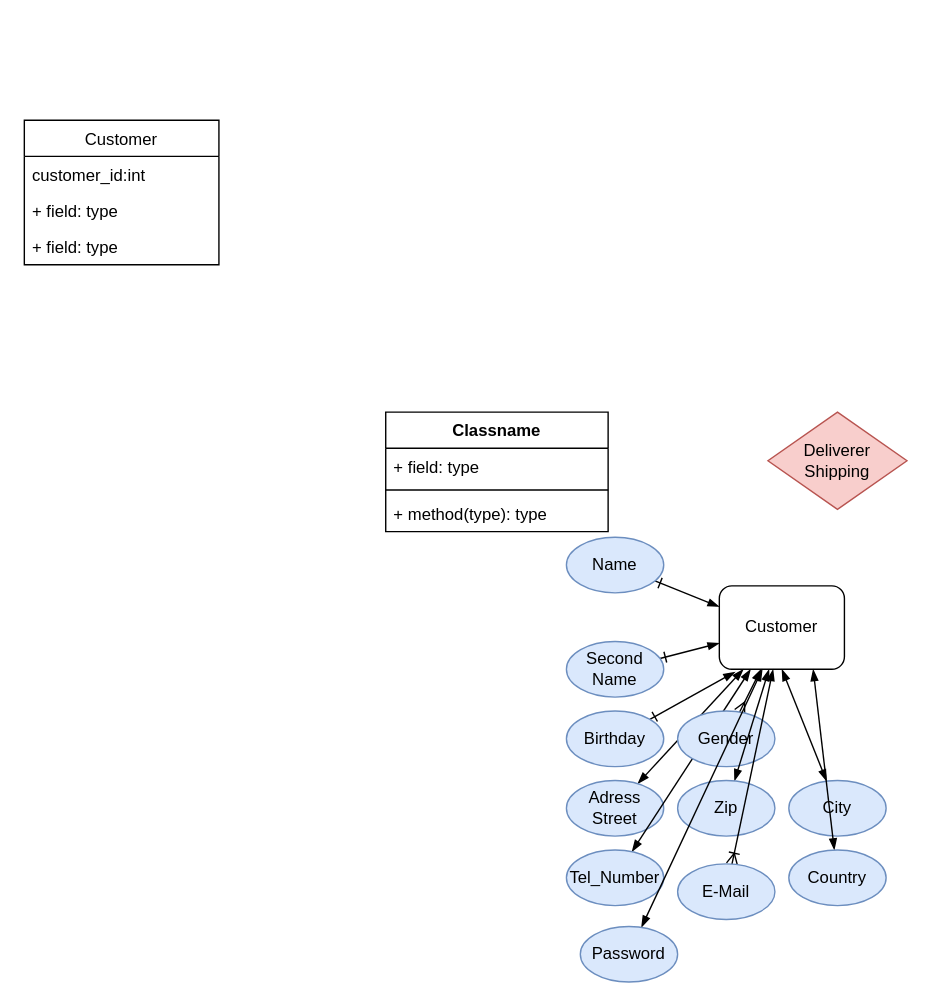
Earlier version of the draw.io diagram page "Famazon Visual 3 UML" (3 of 3) of Michael/FamazonMichael.drawio (MichaelGarrigosa/backenddayone). Source tidied: cells renumbered, new cells numbered last; positions are measured from the earlier drawing's top-left corner, leaving out a move shared by most shapes. Both pictures are drawn from the tidied source at 139%, with x=0, y=0 at pixel (24, 120).
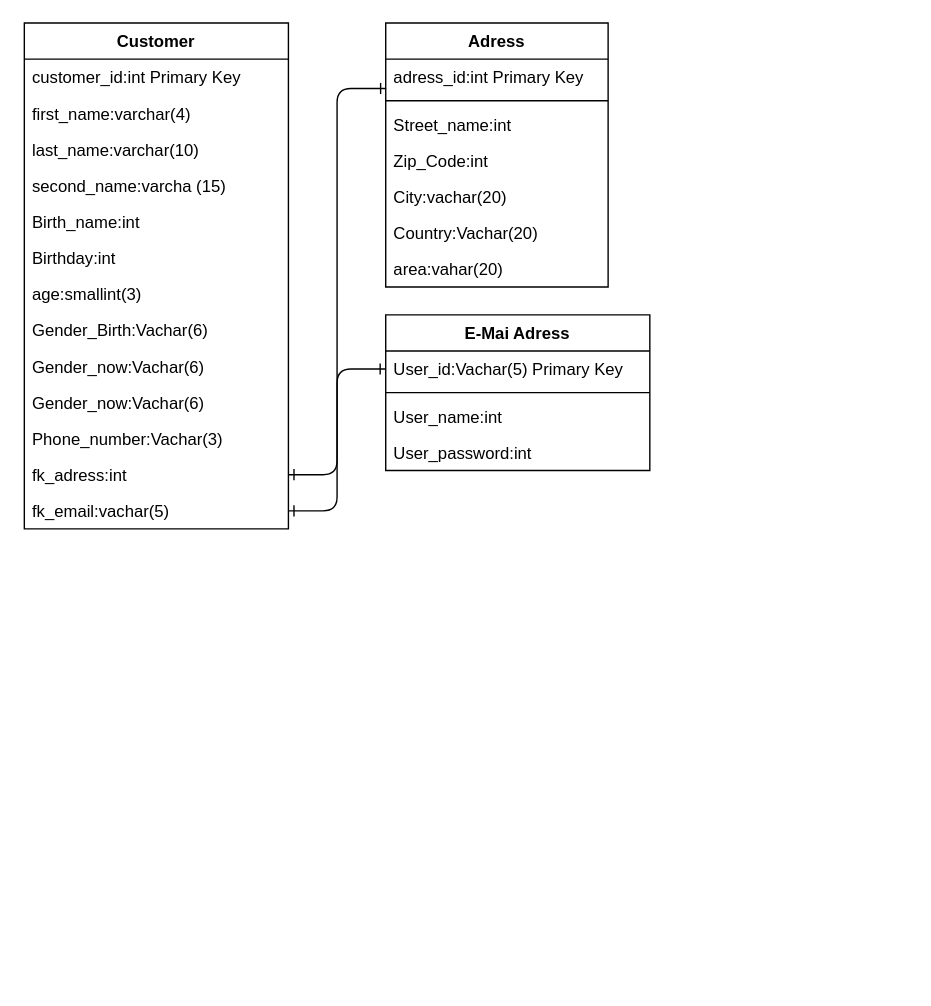
The same page after the edit.

The edit, as a diff of the source:
```diff
@@
-    <mxCell id="2" value="Classname" style="swimlane;fontStyle=1;align=center;verticalAlign=top;horizontal=1;startSize=26;" parent="1" vertex="1">
-      <mxGeometry x="260" y="210" width="160" height="86" as="geometry" />
+    <mxCell id="2" value="Adress" style="swimlane;fontStyle=1;align=center;verticalAlign=top;horizontal=1;startSize=26;" parent="1" vertex="1">
+      <mxGeometry x="260" y="-70" width="160" height="190" as="geometry" />
     </mxCell>
-    <mxCell id="3" value="+ field: type" style="text;strokeColor=none;fillColor=none;align=left;verticalAlign=top;spacingLeft=4;spacingRight=4;overflow=hidden;points=[[0,0.5],[1,0.5]];portConstraint=eastwest;" parent="2" vertex="1">
+    <mxCell id="3" value="adress_id:int Primary Key" style="text;strokeColor=none;fillColor=none;align=left;verticalAlign=top;spacingLeft=4;spacingRight=4;overflow=hidden;points=[[0,0.5],[1,0.5]];portConstraint=eastwest;" parent="2" vertex="1">
       <mxGeometry y="26" width="160" height="26" as="geometry" />
     </mxCell>
@@
-    <mxCell id="5" value="+ method(type): type" style="text;strokeColor=none;fillColor=none;align=left;verticalAlign=top;spacingLeft=4;spacingRight=4;overflow=hidden;" parent="2" vertex="1">
+    <mxCell id="5" value="Street_name:int" style="text;strokeColor=none;fillColor=none;align=left;verticalAlign=top;spacingLeft=4;spacingRight=4;overflow=hidden;" parent="2" vertex="1">
       <mxGeometry y="60" width="160" height="26" as="geometry" />
     </mxCell>
+    <mxCell id="34" value="Zip_Code:int" style="text;strokeColor=none;fillColor=none;align=left;verticalAlign=top;spacingLeft=4;spacingRight=4;overflow=hidden;" parent="2" vertex="1">
+      <mxGeometry y="86" width="160" height="26" as="geometry" />
+    </mxCell>
+    <mxCell id="35" value="City:vachar(20)" style="text;strokeColor=none;fillColor=none;align=left;verticalAlign=top;spacingLeft=4;spacingRight=4;overflow=hidden;" parent="2" vertex="1">
+      <mxGeometry y="112" width="160" height="26" as="geometry" />
+    </mxCell>
+    <mxCell id="36" value="Country:Vachar(20)" style="text;strokeColor=none;fillColor=none;align=left;verticalAlign=top;spacingLeft=4;spacingRight=4;overflow=hidden;" parent="2" vertex="1">
+      <mxGeometry y="138" width="160" height="26" as="geometry" />
+    </mxCell>
+    <mxCell id="37" value="area:vahar(20)" style="text;strokeColor=none;fillColor=none;align=left;verticalAlign=top;spacingLeft=4;spacingRight=4;overflow=hidden;" parent="2" vertex="1">
+      <mxGeometry y="164" width="160" height="26" as="geometry" />
+    </mxCell>
-    <mxCell id="6" value="Customer" style="swimlane;fontStyle=0;horizontal=1;startSize=26;fillColor=none;" parent="1" vertex="1">
-      <mxGeometry width="140" height="104" as="geometry" />
+    <mxCell id="6" value="Customer" style="swimlane;fontStyle=1;horizontal=1;startSize=26;fillColor=none;" parent="1" vertex="1">
+      <mxGeometry y="-70" width="190" height="364" as="geometry" />
     </mxCell>
-    <mxCell id="7" value="customer_id:int" style="text;strokeColor=none;fillColor=none;align=left;verticalAlign=top;spacingLeft=4;spacingRight=4;overflow=hidden;" parent="6" vertex="1">
-      <mxGeometry y="26" width="140" height="26" as="geometry" />
+    <mxCell id="7" value="customer_id:int Primary Key" style="text;strokeColor=none;fillColor=none;align=left;verticalAlign=top;spacingLeft=4;spacingRight=4;overflow=hidden;" parent="6" vertex="1">
+      <mxGeometry y="26" width="190" height="26" as="geometry" />
     </mxCell>
-    <mxCell id="8" value="+ field: type" style="text;strokeColor=none;fillColor=none;align=left;verticalAlign=top;spacingLeft=4;spacingRight=4;overflow=hidden;" parent="6" vertex="1">
-      <mxGeometry y="52" width="140" height="26" as="geometry" />
+    <mxCell id="8" value="first_name:varchar(4)" style="text;strokeColor=none;fillColor=none;align=left;verticalAlign=top;spacingLeft=4;spacingRight=4;overflow=hidden;" parent="6" vertex="1">
+      <mxGeometry y="52" width="190" height="26" as="geometry" />
     </mxCell>
-    <mxCell id="9" value="+ field: type" style="text;strokeColor=none;fillColor=none;align=left;verticalAlign=top;spacingLeft=4;spacingRight=4;overflow=hidden;" parent="6" vertex="1">
-      <mxGeometry y="78" width="140" height="26" as="geometry" />
+    <mxCell id="9" value="last_name:varchar(10)        " style="text;strokeColor=none;fillColor=none;align=left;verticalAlign=top;spacingLeft=4;spacingRight=4;overflow=hidden;" parent="6" vertex="1">
+      <mxGeometry y="78" width="190" height="26" as="geometry" />
     </mxCell>
-    <mxCell id="10" value="Customer" style="rounded=1;whiteSpace=wrap;html=1;" parent="1" vertex="1">
-      <mxGeometry x="500" y="335" width="90" height="60" as="geometry" />
-    </mxCell>
-    <mxCell id="11" style="edgeStyle=none;html=1;entryX=0;entryY=0.25;entryDx=0;entryDy=0;startArrow=ERone;startFill=0;endArrow=blockThin;endFill=1;" parent="1" edge="1" source="12" target="10">
-      <mxGeometry relative="1" as="geometry" />
-    </mxCell>
-    <mxCell id="12" value="Name" style="ellipse;whiteSpace=wrap;html=1;fillColor=#dae8fc;strokeColor=#6c8ebf;" parent="1" vertex="1">
-      <mxGeometry x="390" y="300" width="70" height="40" as="geometry" />
-    </mxCell>
-    <mxCell id="13" style="edgeStyle=none;html=1;startArrow=blockThin;startFill=1;endArrow=blockThin;endFill=1;" parent="1" edge="1" source="14" target="10">
-      <mxGeometry relative="1" as="geometry" />
-    </mxCell>
-    <mxCell id="14" value="Adress&lt;br&gt;Street" style="ellipse;whiteSpace=wrap;html=1;fillColor=#dae8fc;strokeColor=#6c8ebf;" parent="1" vertex="1">
-      <mxGeometry x="390" y="475" width="70" height="40" as="geometry" />
-    </mxCell>
-    <mxCell id="15" style="edgeStyle=none;html=1;entryX=0.25;entryY=1;entryDx=0;entryDy=0;startArrow=blockThin;startFill=1;endArrow=blockThin;endFill=1;" parent="1" edge="1" source="16" target="10">
-      <mxGeometry relative="1" as="geometry" />
-    </mxCell>
-    <mxCell id="16" value="Tel_Number" style="ellipse;whiteSpace=wrap;html=1;fillColor=#dae8fc;strokeColor=#6c8ebf;" parent="1" vertex="1">
-      <mxGeometry x="390" y="525" width="70" height="40" as="geometry" />
-    </mxCell>
-    <mxCell id="17" style="edgeStyle=none;html=1;startArrow=ERone;startFill=0;endArrow=blockThin;endFill=1;" parent="1" edge="1" source="18" target="10">
-      <mxGeometry relative="1" as="geometry" />
-    </mxCell>
-    <mxCell id="18" value="Second Name" style="ellipse;whiteSpace=wrap;html=1;fillColor=#dae8fc;strokeColor=#6c8ebf;" parent="1" vertex="1">
-      <mxGeometry x="390" y="375" width="70" height="40" as="geometry" />
-    </mxCell>
-    <mxCell id="19" style="edgeStyle=none;html=1;entryX=0.126;entryY=1.032;entryDx=0;entryDy=0;entryPerimeter=0;startArrow=ERone;startFill=0;endArrow=blockThin;endFill=1;" parent="1" edge="1" source="20" target="10">
-      <mxGeometry relative="1" as="geometry" />
-    </mxCell>
-    <mxCell id="20" value="Birthday" style="ellipse;whiteSpace=wrap;html=1;fillColor=#dae8fc;strokeColor=#6c8ebf;" parent="1" vertex="1">
-      <mxGeometry x="390" y="425" width="70" height="40" as="geometry" />
-    </mxCell>
-    <mxCell id="21" style="edgeStyle=none;html=1;startArrow=ERmany;startFill=0;endArrow=blockThin;endFill=1;" parent="1" edge="1" source="22" target="10">
-      <mxGeometry relative="1" as="geometry" />
-    </mxCell>
-    <mxCell id="22" value="Gender" style="ellipse;whiteSpace=wrap;html=1;fillColor=#dae8fc;strokeColor=#6c8ebf;" parent="1" vertex="1">
-      <mxGeometry x="470" y="425" width="70" height="40" as="geometry" />
-    </mxCell>
-    <mxCell id="23" style="edgeStyle=none;html=1;startArrow=blockThin;startFill=1;endArrow=blockThin;endFill=1;" parent="1" edge="1" source="24" target="10">
-      <mxGeometry relative="1" as="geometry" />
-    </mxCell>
-    <mxCell id="24" value="Zip" style="ellipse;whiteSpace=wrap;html=1;fillColor=#dae8fc;strokeColor=#6c8ebf;" parent="1" vertex="1">
-      <mxGeometry x="470" y="475" width="70" height="40" as="geometry" />
-    </mxCell>
-    <mxCell id="25" style="edgeStyle=none;html=1;entryX=0.5;entryY=1;entryDx=0;entryDy=0;startArrow=blockThin;startFill=1;endArrow=blockThin;endFill=1;" parent="1" edge="1" source="26" target="10">
-      <mxGeometry relative="1" as="geometry" />
-    </mxCell>
-    <mxCell id="26" value="City" style="ellipse;whiteSpace=wrap;html=1;fillColor=#dae8fc;strokeColor=#6c8ebf;" parent="1" vertex="1">
-      <mxGeometry x="550" y="475" width="70" height="40" as="geometry" />
-    </mxCell>
-    <mxCell id="27" style="edgeStyle=none;html=1;entryX=0.75;entryY=1;entryDx=0;entryDy=0;startArrow=blockThin;startFill=1;endArrow=blockThin;endFill=1;" parent="1" edge="1" source="28" target="10">
-      <mxGeometry relative="1" as="geometry" />
-    </mxCell>
-    <mxCell id="28" value="Country" style="ellipse;whiteSpace=wrap;html=1;fillColor=#dae8fc;strokeColor=#6c8ebf;" parent="1" vertex="1">
-      <mxGeometry x="550" y="525" width="70" height="40" as="geometry" />
-    </mxCell>
-    <mxCell id="29" style="edgeStyle=none;html=1;startArrow=ERoneToMany;startFill=0;endArrow=blockThin;endFill=1;" parent="1" edge="1" source="30" target="10">
-      <mxGeometry relative="1" as="geometry" />
-    </mxCell>
-    <mxCell id="30" value="E-Mail" style="ellipse;whiteSpace=wrap;html=1;fillColor=#dae8fc;strokeColor=#6c8ebf;" parent="1" vertex="1">
-      <mxGeometry x="470" y="535" width="70" height="40" as="geometry" />
-    </mxCell>
-    <mxCell id="31" value="Deliverer&lt;br&gt;Shipping" style="rhombus;whiteSpace=wrap;html=1;fillColor=#f8cecc;strokeColor=#b85450;" parent="1" vertex="1">
-      <mxGeometry x="535" y="210" width="100" height="70" as="geometry" />
-    </mxCell>
-    <mxCell id="32" style="edgeStyle=none;html=1;startArrow=blockThin;startFill=1;endArrow=blockThin;endFill=1;" parent="1" edge="1" source="33" target="10">
-      <mxGeometry relative="1" as="geometry" />
-    </mxCell>
-    <mxCell id="33" value="Password" style="ellipse;whiteSpace=wrap;html=1;fillColor=#dae8fc;strokeColor=#6c8ebf;" parent="1" vertex="1">
-      <mxGeometry x="400" y="580" width="70" height="40" as="geometry" />
-    </mxCell>
+    <mxCell id="38" value="second_name:varcha (15)" style="text;strokeColor=none;fillColor=none;align=left;verticalAlign=top;spacingLeft=4;spacingRight=4;overflow=hidden;" parent="6" vertex="1">
+      <mxGeometry y="104" width="190" height="26" as="geometry" />
+    </mxCell>
+    <mxCell id="39" value="Birth_name:int" style="text;strokeColor=none;fillColor=none;align=left;verticalAlign=top;spacingLeft=4;spacingRight=4;overflow=hidden;" parent="6" vertex="1">
+      <mxGeometry y="130" width="190" height="26" as="geometry" />
+    </mxCell>
+    <mxCell id="40" value="Birthday:int" style="text;strokeColor=none;fillColor=none;align=left;verticalAlign=top;spacingLeft=4;spacingRight=4;overflow=hidden;" parent="6" vertex="1">
+      <mxGeometry y="156" width="190" height="26" as="geometry" />
+    </mxCell>
+    <mxCell id="41" value="age:smallint(3)" style="text;strokeColor=none;fillColor=none;align=left;verticalAlign=top;spacingLeft=4;spacingRight=4;overflow=hidden;" parent="6" vertex="1">
+      <mxGeometry y="182" width="190" height="26" as="geometry" />
+    </mxCell>
+    <mxCell id="42" value="Gender_Birth:Vachar(6)" style="text;strokeColor=none;fillColor=none;align=left;verticalAlign=top;spacingLeft=4;spacingRight=4;overflow=hidden;" parent="6" vertex="1">
+      <mxGeometry y="208" width="190" height="26" as="geometry" />
+    </mxCell>
+    <mxCell id="43" value="Gender_now:Vachar(6)" style="text;strokeColor=none;fillColor=none;align=left;verticalAlign=top;spacingLeft=4;spacingRight=4;overflow=hidden;" parent="6" vertex="1">
+      <mxGeometry y="234" width="190" height="26" as="geometry" />
+    </mxCell>
+    <mxCell id="44" value="Gender_now:Vachar(6)" style="text;strokeColor=none;fillColor=none;align=left;verticalAlign=top;spacingLeft=4;spacingRight=4;overflow=hidden;" parent="6" vertex="1">
+      <mxGeometry y="260" width="190" height="26" as="geometry" />
+    </mxCell>
+    <mxCell id="45" value="Phone_number:Vachar(3)" style="text;strokeColor=none;fillColor=none;align=left;verticalAlign=top;spacingLeft=4;spacingRight=4;overflow=hidden;" parent="6" vertex="1">
+      <mxGeometry y="286" width="190" height="26" as="geometry" />
+    </mxCell>
+    <mxCell id="46" value="fk_adress:int" style="text;strokeColor=none;fillColor=none;align=left;verticalAlign=top;spacingLeft=4;spacingRight=4;overflow=hidden;points=[[0,0.5],[1,0.5]];portConstraint=eastwest;" parent="6" vertex="1">
+      <mxGeometry y="312" width="190" height="26" as="geometry" />
+    </mxCell>
+    <mxCell id="47" value="fk_email:vachar(5)" style="text;strokeColor=none;fillColor=none;align=left;verticalAlign=top;spacingLeft=4;spacingRight=4;overflow=hidden;points=[[0,0.5],[1,0.5]];portConstraint=eastwest;" parent="6" vertex="1">
+      <mxGeometry y="338" width="190" height="26" as="geometry" />
+    </mxCell>
+    <mxCell id="48" value="E-Mai Adress" style="swimlane;fontStyle=1;align=center;verticalAlign=top;horizontal=1;startSize=26;" parent="1" vertex="1">
+      <mxGeometry x="260" y="140" width="190" height="112" as="geometry" />
+    </mxCell>
+    <mxCell id="49" value="User_id:Vachar(5) Primary Key" style="text;strokeColor=none;fillColor=none;align=left;verticalAlign=top;spacingLeft=4;spacingRight=4;overflow=hidden;points=[[0,0.5],[1,0.5]];portConstraint=eastwest;" parent="48" vertex="1">
+      <mxGeometry y="26" width="190" height="26" as="geometry" />
+    </mxCell>
+    <mxCell id="50" style="line;strokeWidth=1;fillColor=none;align=left;verticalAlign=middle;spacingTop=-1;spacingLeft=3;spacingRight=3;labelPosition=right;" parent="48" vertex="1">
+      <mxGeometry y="52" width="190" height="8" as="geometry" />
+    </mxCell>
+    <mxCell id="51" value="User_name:int" style="text;strokeColor=none;fillColor=none;align=left;verticalAlign=top;spacingLeft=4;spacingRight=4;overflow=hidden;" parent="48" vertex="1">
+      <mxGeometry y="60" width="190" height="26" as="geometry" />
+    </mxCell>
+    <mxCell id="52" value="User_password:int" style="text;strokeColor=none;fillColor=none;align=left;verticalAlign=top;spacingLeft=4;spacingRight=4;overflow=hidden;" parent="48" vertex="1">
+      <mxGeometry y="86" width="190" height="26" as="geometry" />
+    </mxCell>
+    <mxCell id="53" style="edgeStyle=elbowEdgeStyle;html=1;entryX=0.002;entryY=0.813;entryDx=0;entryDy=0;entryPerimeter=0;startArrow=ERone;startFill=0;endArrow=ERone;endFill=0;exitX=1;exitY=0.5;exitDx=0;exitDy=0;" parent="1" edge="1" source="46" target="3">
+      <mxGeometry relative="1" as="geometry" />
+    </mxCell>
+    <mxCell id="54" style="edgeStyle=elbowEdgeStyle;html=1;startArrow=ERone;startFill=0;endArrow=ERone;endFill=0;" parent="1" edge="1" source="47" target="49">
+      <mxGeometry relative="1" as="geometry" />
+    </mxCell>
```
